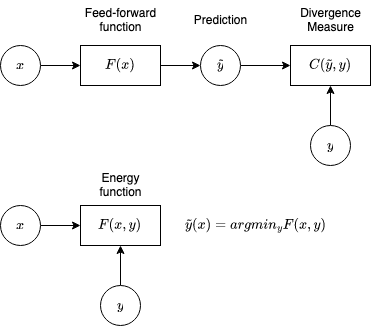
Earlier version of the draw.io export machine_learning/diagrams/energy_model.drawio.png (analytiq-hub/sigagent.github.io). Source tidied: cells renumbered, new cells last; positions are measured from the earlier drawing's top-left corner, leaving out a move shared by most shapes. Its diagram source:
```xml
<mxGraphModel math="1">
  <root>
    <mxCell id="0" />
    <mxCell id="1" parent="0" />
    <mxCell id="2" style="edgeStyle=orthogonalEdgeStyle;rounded=0;jettySize=auto;html=1;exitX=1;exitY=0.5;exitDx=0;exitDy=0;entryX=0;entryY=0.5;entryDx=0;entryDy=0;" parent="1" edge="1" source="3" target="5">
      <mxGeometry relative="1" as="geometry" />
    </mxCell>
    <mxCell id="3" value="$$x$$" style="ellipse;whiteSpace=wrap;html=1;" parent="1" vertex="1">
      <mxGeometry y="45" width="40" height="40" as="geometry" />
    </mxCell>
    <mxCell id="4" style="edgeStyle=orthogonalEdgeStyle;rounded=0;jettySize=auto;html=1;exitX=1;exitY=0.5;exitDx=0;exitDy=0;entryX=0;entryY=0.5;entryDx=0;entryDy=0;" parent="1" edge="1" source="5" target="8">
      <mxGeometry relative="1" as="geometry" />
    </mxCell>
    <mxCell id="5" value="$$F(x)$$" style="rounded=0;whiteSpace=wrap;html=1;" parent="1" vertex="1">
      <mxGeometry x="80" y="45" width="80" height="40" as="geometry" />
    </mxCell>
    <mxCell id="6" style="edgeStyle=orthogonalEdgeStyle;rounded=0;orthogonalLoop=1;jettySize=auto;html=1;exitX=0.5;exitY=1;exitDx=0;exitDy=0;" parent="1" edge="1" source="5" target="5">
      <mxGeometry relative="1" as="geometry" />
    </mxCell>
    <mxCell id="7" style="edgeStyle=orthogonalEdgeStyle;rounded=0;jettySize=auto;html=1;exitX=1;exitY=0.5;exitDx=0;exitDy=0;entryX=0;entryY=0.5;entryDx=0;entryDy=0;" parent="1" edge="1" source="8" target="11">
      <mxGeometry relative="1" as="geometry" />
    </mxCell>
    <mxCell id="8" value="$$\tilde{y}$$" style="ellipse;whiteSpace=wrap;html=1;" parent="1" vertex="1">
      <mxGeometry x="200" y="45" width="40" height="40" as="geometry" />
    </mxCell>
    <mxCell id="9" style="edgeStyle=orthogonalEdgeStyle;rounded=0;jettySize=auto;html=1;exitX=0.5;exitY=0;exitDx=0;exitDy=0;entryX=0.5;entryY=1;entryDx=0;entryDy=0;" parent="1" edge="1" source="10" target="11">
      <mxGeometry relative="1" as="geometry" />
    </mxCell>
    <mxCell id="10" value="&lt;div&gt;$$y$$&lt;/div&gt;" style="ellipse;whiteSpace=wrap;html=1;" parent="1" vertex="1">
      <mxGeometry x="310" y="125" width="40" height="40" as="geometry" />
    </mxCell>
    <mxCell id="11" value="$$C(\tilde{y},y)$$" style="rounded=0;whiteSpace=wrap;html=1;" parent="1" vertex="1">
      <mxGeometry x="290" y="45" width="80" height="40" as="geometry" />
    </mxCell>
    <mxCell id="12" value="Prediction" style="text;html=1;align=center;verticalAlign=middle;strokeColor=none;fillColor=none;" parent="1" vertex="1">
      <mxGeometry x="180" y="5" width="80" height="30" as="geometry" />
    </mxCell>
    <mxCell id="13" value="&lt;div&gt;Divergence&lt;/div&gt;&lt;div&gt;Measure&lt;/div&gt;" style="text;html=1;align=center;verticalAlign=middle;strokeColor=none;fillColor=none;" parent="1" vertex="1">
      <mxGeometry x="290" width="80" height="40" as="geometry" />
    </mxCell>
    <mxCell id="14" value="&lt;div&gt;Feed-forward&lt;/div&gt;&lt;div&gt;function&lt;br&gt;&lt;/div&gt;" style="text;html=1;align=center;verticalAlign=middle;strokeColor=none;fillColor=none;" parent="1" vertex="1">
      <mxGeometry x="75" width="90" height="40" as="geometry" />
    </mxCell>
    <mxCell id="15" style="edgeStyle=orthogonalEdgeStyle;rounded=0;jettySize=auto;html=1;exitX=1;exitY=0.5;exitDx=0;exitDy=0;entryX=0;entryY=0.5;entryDx=0;entryDy=0;" parent="1" edge="1" source="16" target="17">
      <mxGeometry relative="1" as="geometry" />
    </mxCell>
    <mxCell id="16" value="$$x$$" style="ellipse;whiteSpace=wrap;html=1;" parent="1" vertex="1">
      <mxGeometry y="205" width="40" height="40" as="geometry" />
    </mxCell>
    <mxCell id="17" value="$$F(x, y)$$" style="rounded=0;whiteSpace=wrap;html=1;" parent="1" vertex="1">
      <mxGeometry x="80" y="205" width="80" height="40" as="geometry" />
    </mxCell>
    <mxCell id="18" style="edgeStyle=orthogonalEdgeStyle;rounded=0;orthogonalLoop=1;jettySize=auto;html=1;exitX=0.5;exitY=1;exitDx=0;exitDy=0;" parent="1" edge="1" source="17" target="17">
      <mxGeometry relative="1" as="geometry" />
    </mxCell>
    <mxCell id="19" style="edgeStyle=orthogonalEdgeStyle;rounded=0;jettySize=auto;html=1;exitX=0.5;exitY=0;exitDx=0;exitDy=0;entryX=0.5;entryY=1;entryDx=0;entryDy=0;" parent="1" edge="1" source="20" target="17">
      <mxGeometry relative="1" as="geometry" />
    </mxCell>
    <mxCell id="20" value="&lt;div&gt;$$y$$&lt;/div&gt;" style="ellipse;whiteSpace=wrap;html=1;" parent="1" vertex="1">
      <mxGeometry x="100" y="285" width="40" height="40" as="geometry" />
    </mxCell>
    <mxCell id="21" value="&lt;div&gt;Energy&lt;/div&gt;&lt;div&gt;function&lt;br&gt;&lt;/div&gt;" style="text;html=1;align=center;verticalAlign=middle;strokeColor=none;fillColor=none;" parent="1" vertex="1">
      <mxGeometry x="85" y="165" width="70" height="40" as="geometry" />
    </mxCell>
    <mxCell id="22" value="&lt;div&gt;$$\tilde{y}(x)=argmin_y F(x,y)$$&lt;/div&gt;" style="text;html=1;align=center;verticalAlign=middle;strokeColor=none;fillColor=none;" parent="1" vertex="1">
      <mxGeometry x="160" y="210" width="190" height="30" as="geometry" />
    </mxCell>
  </root>
</mxGraphModel>
```
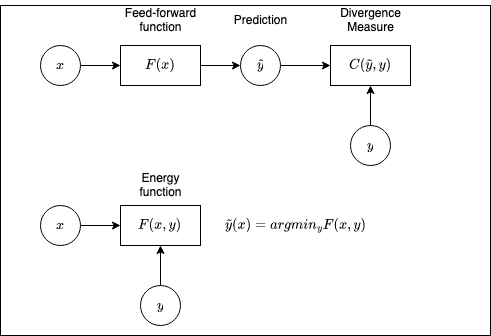
Above is the later version.

The edit, as a diff of the source:
```diff
@@ -2,6 +2,9 @@
   <root>
     <mxCell id="0" />
     <mxCell id="1" parent="0" />
+    <mxCell id="23" style="rounded=0;whiteSpace=wrap;html=1;" parent="1" vertex="1">
+      <mxGeometry x="-40" y="5" width="490" height="330" as="geometry" />
+    </mxCell>
     <mxCell id="2" style="edgeStyle=orthogonalEdgeStyle;rounded=0;jettySize=auto;html=1;exitX=1;exitY=0.5;exitDx=0;exitDy=0;entryX=0;entryY=0.5;entryDx=0;entryDy=0;" parent="1" edge="1" source="3" target="5">
       <mxGeometry relative="1" as="geometry" />
     </mxCell>
```
